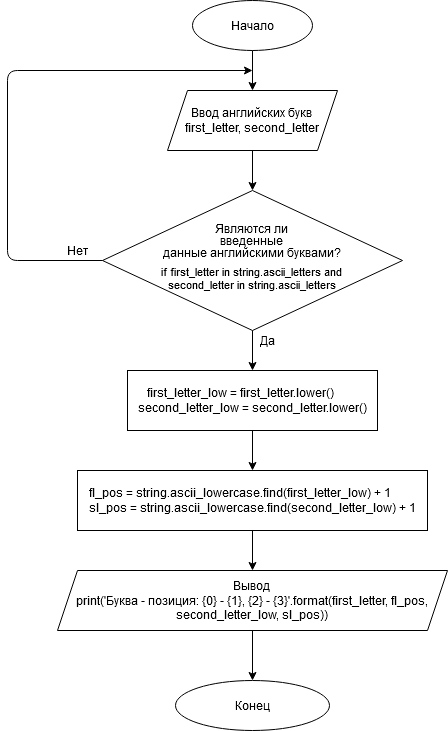
Nev-Iva/algorithms-python keeps this draw.io diagram as hw1/hw1_4.png. Above is the earlier version. Source tidied: cells renumbered, new cells last; positions are measured from the earlier drawing's top-left corner, leaving out a move shared by most shapes. Source of this version:
```xml
<mxGraphModel>
  <root>
    <mxCell id="0" />
    <mxCell id="1" parent="0" />
    <mxCell id="2" value="Начало" style="ellipse;whiteSpace=wrap;html=1;" parent="1" vertex="1">
      <mxGeometry x="185" width="120" height="50" as="geometry" />
    </mxCell>
    <mxCell id="3" value="&lt;div&gt;Ввод английских букв&lt;/div&gt;&lt;div&gt;first_letter, second_letter&lt;br&gt;&lt;/div&gt;" style="shape=parallelogram;perimeter=parallelogramPerimeter;whiteSpace=wrap;html=1;fixedSize=1;" parent="1" vertex="1">
      <mxGeometry x="160" y="90" width="170" height="60" as="geometry" />
    </mxCell>
    <mxCell id="4" value="&lt;p style=&quot;line-height: 0%&quot;&gt;Являются ли&lt;/p&gt;&lt;p style=&quot;line-height: 0%&quot;&gt; введенные &lt;br&gt;&lt;/p&gt;&lt;p style=&quot;line-height: 0%&quot;&gt;данные английскими буквами?&lt;br&gt;&lt;/p&gt;&lt;div style=&quot;font-size: 11px&quot;&gt;&lt;font style=&quot;font-size: 11px&quot;&gt;if first_letter in string.ascii_letters and &lt;br&gt;&lt;/font&gt;&lt;/div&gt;&lt;div style=&quot;font-size: 11px&quot;&gt;&lt;font style=&quot;font-size: 11px&quot;&gt;second_letter in string.ascii_letters&lt;/font&gt;&lt;/div&gt;&lt;p&gt;&lt;/p&gt;" style="rhombus;whiteSpace=wrap;html=1;" parent="1" vertex="1">
      <mxGeometry x="95" y="190" width="300" height="140" as="geometry" />
    </mxCell>
    <mxCell id="5" value="first_letter_low = first_letter.lower()&amp;nbsp;&amp;nbsp;&amp;nbsp;&amp;nbsp;&amp;nbsp;&amp;nbsp;&amp;nbsp;&amp;nbsp; second_letter_low = second_letter.lower()" style="rounded=0;whiteSpace=wrap;html=1;" parent="1" vertex="1">
      <mxGeometry x="120" y="370" width="250" height="60" as="geometry" />
    </mxCell>
    <mxCell id="6" value="fl_pos = string.ascii_lowercase.find(first_letter_low) + 1&amp;nbsp;&amp;nbsp;&amp;nbsp;&amp;nbsp;&amp;nbsp;&amp;nbsp;&amp;nbsp;&amp;nbsp; sl_pos = string.ascii_lowercase.find(second_letter_low) + 1" style="rounded=0;whiteSpace=wrap;html=1;" parent="1" vertex="1">
      <mxGeometry x="70" y="470" width="350" height="60" as="geometry" />
    </mxCell>
    <mxCell id="7" value="&lt;div&gt;Вывод&lt;br&gt;&lt;/div&gt;&lt;div&gt;print('Буква - позиция: {0} - {1}, {2} - {3}'.format(first_letter, fl_pos, second_letter_low, sl_pos))&lt;/div&gt;" style="shape=parallelogram;perimeter=parallelogramPerimeter;whiteSpace=wrap;html=1;fixedSize=1;" parent="1" vertex="1">
      <mxGeometry x="50" y="570" width="390" height="60" as="geometry" />
    </mxCell>
    <mxCell id="8" value="Конец" style="ellipse;whiteSpace=wrap;html=1;" parent="1" vertex="1">
      <mxGeometry x="168" y="680" width="154" height="50" as="geometry" />
    </mxCell>
    <mxCell id="9" style="endArrow=classic;html=1;exitX=0.5;exitY=1;exitDx=0;exitDy=0;entryX=0.5;entryY=0;entryDx=0;entryDy=0;" parent="1" edge="1" source="6" target="7">
      <mxGeometry relative="1" as="geometry" />
    </mxCell>
    <mxCell id="10" style="endArrow=classic;html=1;exitX=0.5;exitY=1;exitDx=0;exitDy=0;entryX=0.5;entryY=0;entryDx=0;entryDy=0;" parent="1" edge="1" source="7" target="8">
      <mxGeometry relative="1" as="geometry" />
    </mxCell>
    <mxCell id="11" style="endArrow=classic;html=1;exitX=0.5;exitY=1;exitDx=0;exitDy=0;entryX=0.5;entryY=0;entryDx=0;entryDy=0;" parent="1" edge="1" source="5" target="6">
      <mxGeometry relative="1" as="geometry" />
    </mxCell>
    <mxCell id="12" style="endArrow=classic;html=1;exitX=0.5;exitY=1;exitDx=0;exitDy=0;entryX=0.5;entryY=0;entryDx=0;entryDy=0;" parent="1" edge="1" source="4" target="5">
      <mxGeometry relative="1" as="geometry" />
    </mxCell>
    <mxCell id="13" style="endArrow=classic;html=1;exitX=0.5;exitY=1;exitDx=0;exitDy=0;entryX=0.5;entryY=0;entryDx=0;entryDy=0;" parent="1" edge="1" source="3" target="4">
      <mxGeometry relative="1" as="geometry" />
    </mxCell>
    <mxCell id="14" style="endArrow=classic;html=1;exitX=0.5;exitY=1;exitDx=0;exitDy=0;entryX=0.5;entryY=0;entryDx=0;entryDy=0;" parent="1" edge="1" source="2" target="3">
      <mxGeometry relative="1" as="geometry" />
    </mxCell>
    <mxCell id="15" style="endArrow=classic;html=1;exitX=0;exitY=0.5;exitDx=0;exitDy=0;" parent="1" edge="1" source="4">
      <mxGeometry relative="1" as="geometry">
        <mxPoint x="245" y="70" as="targetPoint" />
        <Array as="points">
          <mxPoint y="260" />
          <mxPoint y="70" />
        </Array>
      </mxGeometry>
    </mxCell>
    <mxCell id="16" value="Да" style="text;html=1;strokeColor=none;fillColor=none;align=center;verticalAlign=middle;whiteSpace=wrap;rounded=0;" parent="1" vertex="1">
      <mxGeometry x="240" y="330" width="40" height="20" as="geometry" />
    </mxCell>
    <mxCell id="17" value="Нет" style="text;html=1;strokeColor=none;fillColor=none;align=center;verticalAlign=middle;whiteSpace=wrap;rounded=0;" parent="1" vertex="1">
      <mxGeometry x="50" y="240" width="40" height="20" as="geometry" />
    </mxCell>
  </root>
</mxGraphModel>
```
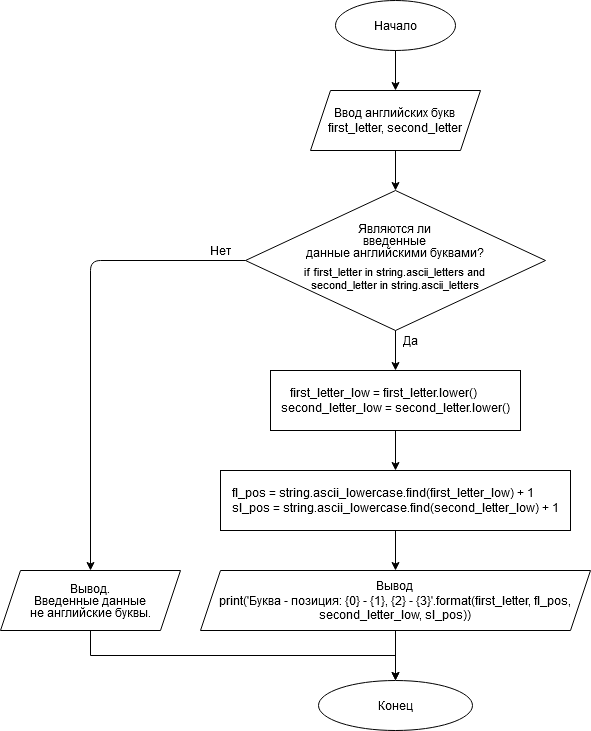
The same file after the commit.

Change to the diagram source:
```diff
@@ -41,20 +41,24 @@
     <mxCell id="14" style="endArrow=classic;html=1;exitX=0.5;exitY=1;exitDx=0;exitDy=0;entryX=0.5;entryY=0;entryDx=0;entryDy=0;" parent="1" edge="1" source="2" target="3">
       <mxGeometry relative="1" as="geometry" />
     </mxCell>
-    <mxCell id="15" style="endArrow=classic;html=1;exitX=0;exitY=0.5;exitDx=0;exitDy=0;" parent="1" edge="1" source="4">
-      <mxGeometry relative="1" as="geometry">
-        <mxPoint x="245" y="70" as="targetPoint" />
-        <Array as="points">
-          <mxPoint y="260" />
-          <mxPoint y="70" />
-        </Array>
-      </mxGeometry>
-    </mxCell>
     <mxCell id="16" value="Да" style="text;html=1;strokeColor=none;fillColor=none;align=center;verticalAlign=middle;whiteSpace=wrap;rounded=0;" parent="1" vertex="1">
       <mxGeometry x="240" y="330" width="40" height="20" as="geometry" />
     </mxCell>
     <mxCell id="17" value="Нет" style="text;html=1;strokeColor=none;fillColor=none;align=center;verticalAlign=middle;whiteSpace=wrap;rounded=0;" parent="1" vertex="1">
       <mxGeometry x="50" y="240" width="40" height="20" as="geometry" />
     </mxCell>
+    <mxCell id="18" style="edgeStyle=orthogonalEdgeStyle;rounded=0;jettySize=auto;html=1;exitX=0.5;exitY=1;exitDx=0;exitDy=0;" parent="1" edge="1" source="19" target="8">
+      <mxGeometry relative="1" as="geometry" />
+    </mxCell>
+    <mxCell id="19" value="&lt;p style=&quot;line-height: 0%&quot;&gt;Вывод.&lt;br&gt; &lt;/p&gt;&lt;p style=&quot;line-height: 0%&quot;&gt;Введенные данные&lt;/p&gt;&lt;p style=&quot;line-height: 0%&quot;&gt; не английские буквы.&lt;/p&gt;" style="shape=parallelogram;perimeter=parallelogramPerimeter;whiteSpace=wrap;html=1;fixedSize=1;" parent="1" vertex="1">
+      <mxGeometry x="-150" y="570" width="180" height="60" as="geometry" />
+    </mxCell>
+    <mxCell id="20" style="endArrow=classic;html=1;exitX=0;exitY=0.5;exitDx=0;exitDy=0;entryX=0.5;entryY=0;entryDx=0;entryDy=0;" parent="1" edge="1" source="4" target="19">
+      <mxGeometry relative="1" as="geometry">
+        <Array as="points">
+          <mxPoint x="-60" y="260" />
+        </Array>
+      </mxGeometry>
+    </mxCell>
   </root>
 </mxGraphModel>
```
